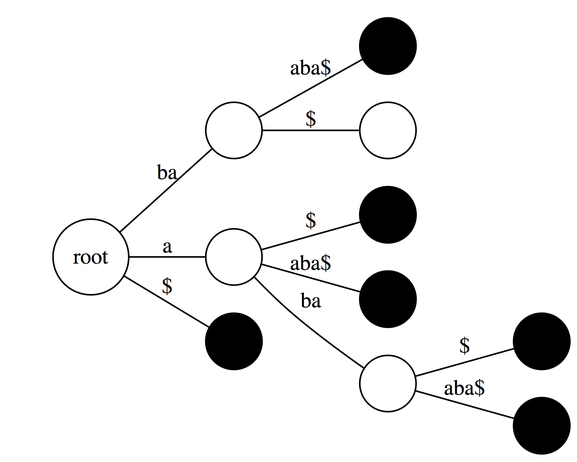
Before: images/suffix_tree_1.png, a diagram exported from Graphviz (nekrut/BMMB554). Its source is kept beside it as graphviz/suffix_tree_1.gv.
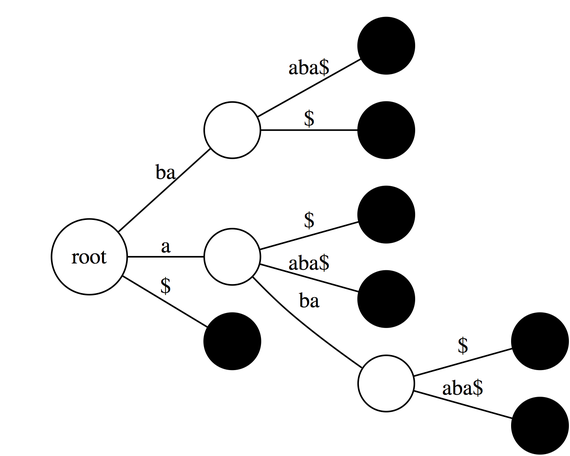
The same diagram one commit later.

Commit message:
Fixed suffix tree1 and 2

Diff of the diagram source:
```diff
@@ -3,17 +3,17 @@
  orientation=landscape;
  size = 10;
 
-1   [shape=circle, label="root"];
-2   [shape=circle, label=""];
-3   [shape=circle, label="", style="filled", color="black"];
-4   [shape=circle, label=""];
-5   [shape=circle, label=""];
-6   [shape=circle, label="", style="filled", color="black"];
-7   [shape=circle, label="", style="filled", color="black"];
-8   [shape=circle, label=""];
-9   [shape=circle, label="", style="filled", color="black"];
-10  [shape=circle, label="", style="filled", color="black"];
-11  [shape=circle, label="", style="filled", color="black"];
+1   [shape="circle", label="root"];
+2   [shape="circle", label=""];
+3   [shape="circle", style="filled", color="black", label=""];
+4   [shape="circle", style="filled", color="black", label=""];
+5   [shape="circle", label=""];
+6   [shape="circle", style="filled", color="black", label=""];
+7   [shape="circle", style="filled", color="black", label=""];
+8   [shape="circle", label=""];
+9   [shape="circle", style="filled", color="black", label=""];
+10  [shape="circle", style="filled", color="black", label=""];
+11  [shape="circle", style="filled", color="black", label=""];
 
  1 -- 2 [label="ba"];
  2 -- 3 [label="aba$"];
```
